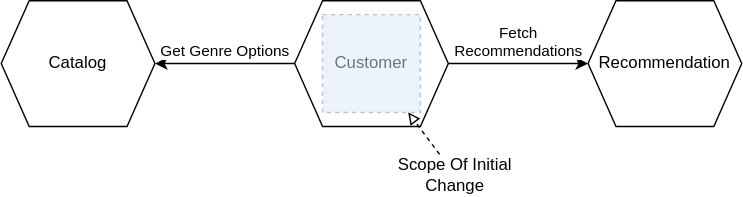
The draw.io diagram docs/se/architecture/microservices/services-comm.drawio.svg in lamhq/cheat-sheet, before a commit. Source tidied: cells renumbered, new cells last; positions are measured from the earlier drawing's top-left corner, leaving out a move shared by most shapes. The source it was exported from:
```xml
<mxGraphModel>
  <root>
    <mxCell id="0" />
    <mxCell id="1" parent="0" />
    <mxCell id="2" value="Catalog" style="shape=hexagon;perimeter=hexagonPerimeter2;whiteSpace=wrap;html=1;fixedSize=1;" parent="1" vertex="1">
      <mxGeometry width="110" height="90" as="geometry" />
    </mxCell>
    <mxCell id="3" value="Fetch&lt;br&gt;Recommendations" style="edgeStyle=none;html=1;labelPosition=center;verticalLabelPosition=top;align=center;verticalAlign=bottom;" parent="1" edge="1" source="5" target="6">
      <mxGeometry relative="1" as="geometry" />
    </mxCell>
    <mxCell id="4" value="Get Genre Options" style="edgeStyle=none;html=1;entryX=1;entryY=0.5;entryDx=0;entryDy=0;labelPosition=center;verticalLabelPosition=top;align=center;verticalAlign=bottom;" parent="1" edge="1" source="5" target="2">
      <mxGeometry relative="1" as="geometry" />
    </mxCell>
    <mxCell id="5" value="Customer" style="shape=hexagon;perimeter=hexagonPerimeter2;whiteSpace=wrap;html=1;fixedSize=1;" parent="1" vertex="1">
      <mxGeometry x="210" width="110" height="90" as="geometry" />
    </mxCell>
    <mxCell id="6" value="Recommendation" style="shape=hexagon;perimeter=hexagonPerimeter2;whiteSpace=wrap;html=1;fixedSize=1;" parent="1" vertex="1">
      <mxGeometry x="420" width="110" height="90" as="geometry" />
    </mxCell>
    <mxCell id="7" style="edgeStyle=none;html=1;dashed=1;endArrow=block;endFill=0;" parent="1" edge="1" source="8" target="9">
      <mxGeometry relative="1" as="geometry" />
    </mxCell>
    <mxCell id="8" value="Scope Of Initial Change" style="text;html=1;align=center;verticalAlign=middle;whiteSpace=wrap;rounded=0;" parent="1" vertex="1">
      <mxGeometry x="270" y="110" width="110" height="30" as="geometry" />
    </mxCell>
    <mxCell id="9" style="rounded=0;html=1;dashed=1;fillColor=#dae8fc;strokeColor=#6c8ebf;opacity=50;labelPosition=center;verticalLabelPosition=top;align=center;verticalAlign=bottom;" parent="1" vertex="1">
      <mxGeometry x="230" y="10" width="70" height="70" as="geometry" />
    </mxCell>
  </root>
</mxGraphModel>
```
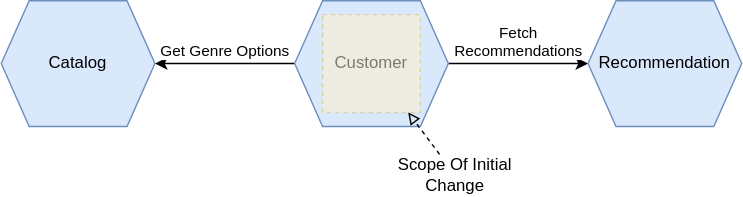
After the change.

Diff of the diagram source:
```diff
@@ -1,8 +1,8 @@
-<mxGraphModel>
+<mxGraphModel background="#ffffff">
   <root>
     <mxCell id="0" />
     <mxCell id="1" parent="0" />
-    <mxCell id="2" value="Catalog" style="shape=hexagon;perimeter=hexagonPerimeter2;whiteSpace=wrap;html=1;fixedSize=1;" parent="1" vertex="1">
+    <mxCell id="2" value="Catalog" style="shape=hexagon;perimeter=hexagonPerimeter2;whiteSpace=wrap;html=1;fixedSize=1;fillColor=#dae8fc;strokeColor=#6c8ebf;" parent="1" vertex="1">
       <mxGeometry width="110" height="90" as="geometry" />
     </mxCell>
     <mxCell id="3" value="Fetch&lt;br&gt;Recommendations" style="edgeStyle=none;html=1;labelPosition=center;verticalLabelPosition=top;align=center;verticalAlign=bottom;" parent="1" edge="1" source="5" target="6">
@@ -11,10 +11,10 @@
     <mxCell id="4" value="Get Genre Options" style="edgeStyle=none;html=1;entryX=1;entryY=0.5;entryDx=0;entryDy=0;labelPosition=center;verticalLabelPosition=top;align=center;verticalAlign=bottom;" parent="1" edge="1" source="5" target="2">
       <mxGeometry relative="1" as="geometry" />
     </mxCell>
-    <mxCell id="5" value="Customer" style="shape=hexagon;perimeter=hexagonPerimeter2;whiteSpace=wrap;html=1;fixedSize=1;" parent="1" vertex="1">
+    <mxCell id="5" value="Customer" style="shape=hexagon;perimeter=hexagonPerimeter2;whiteSpace=wrap;html=1;fixedSize=1;fillColor=#dae8fc;strokeColor=#6c8ebf;" parent="1" vertex="1">
       <mxGeometry x="210" width="110" height="90" as="geometry" />
     </mxCell>
-    <mxCell id="6" value="Recommendation" style="shape=hexagon;perimeter=hexagonPerimeter2;whiteSpace=wrap;html=1;fixedSize=1;" parent="1" vertex="1">
+    <mxCell id="6" value="Recommendation" style="shape=hexagon;perimeter=hexagonPerimeter2;whiteSpace=wrap;html=1;fixedSize=1;fillColor=#dae8fc;strokeColor=#6c8ebf;" parent="1" vertex="1">
       <mxGeometry x="420" width="110" height="90" as="geometry" />
     </mxCell>
     <mxCell id="7" style="edgeStyle=none;html=1;dashed=1;endArrow=block;endFill=0;" parent="1" edge="1" source="8" target="9">
@@ -23,7 +23,7 @@
     <mxCell id="8" value="Scope Of Initial Change" style="text;html=1;align=center;verticalAlign=middle;whiteSpace=wrap;rounded=0;" parent="1" vertex="1">
       <mxGeometry x="270" y="110" width="110" height="30" as="geometry" />
     </mxCell>
-    <mxCell id="9" style="rounded=0;html=1;dashed=1;fillColor=#dae8fc;strokeColor=#6c8ebf;opacity=50;labelPosition=center;verticalLabelPosition=top;align=center;verticalAlign=bottom;" parent="1" vertex="1">
+    <mxCell id="9" style="rounded=0;html=1;dashed=1;fillColor=#fff2cc;strokeColor=#d6b656;opacity=50;labelPosition=center;verticalLabelPosition=top;align=center;verticalAlign=bottom;" parent="1" vertex="1">
       <mxGeometry x="230" y="10" width="70" height="70" as="geometry" />
     </mxCell>
   </root>
```
